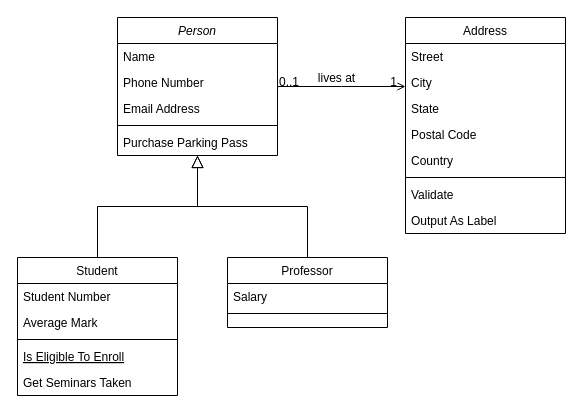
The draw.io diagram Untitled Diagram.drawio in jagadeesh0376/uml-diagram, before the edit. Source tidied: cells renumbered, new cells numbered last; positions are measured from the earlier drawing's top-left corner, leaving out a move shared by most shapes. Both pictures are drawn from the tidied source at 100%, with x=0, y=0 at pixel (17, 17).
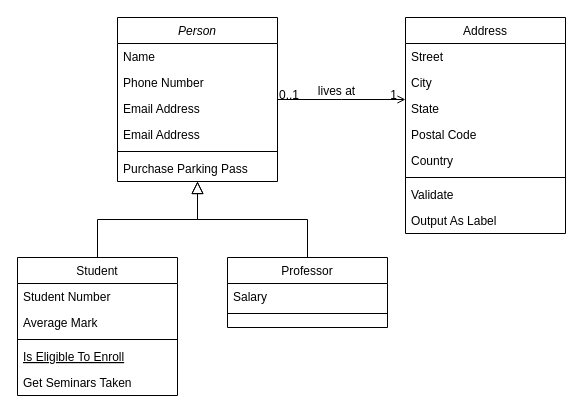
The same page after the edit.

What changed in the source:
```diff
@@
     <mxCell id="2" value="Person" style="swimlane;fontStyle=2;align=center;verticalAlign=top;horizontal=1;startSize=26;rounded=0;shadow=0;strokeWidth=1;" parent="1" vertex="1">
-      <mxGeometry x="100" width="160" height="138" as="geometry" />
+      <mxGeometry x="100" width="160" height="164" as="geometry" />
     </mxCell>
@@
+    <mxCell id="32" value="Email Address" style="text;align=left;verticalAlign=top;spacingLeft=4;spacingRight=4;overflow=hidden;rounded=0;shadow=0;html=0;" parent="2" vertex="1">
+      <mxGeometry y="104" width="160" height="26" as="geometry" />
+    </mxCell>
     <mxCell id="6" style="line;html=1;strokeWidth=1;align=left;verticalAlign=middle;spacingTop=-1;spacingLeft=3;spacingRight=3;labelPosition=right;" parent="2" vertex="1">
-      <mxGeometry y="104" width="160" height="8" as="geometry" />
+      <mxGeometry y="130" width="160" height="8" as="geometry" />
     </mxCell>
     <mxCell id="7" value="Purchase Parking Pass" style="text;align=left;verticalAlign=top;spacingLeft=4;spacingRight=4;overflow=hidden;" parent="2" vertex="1">
-      <mxGeometry y="112" width="160" height="26" as="geometry" />
+      <mxGeometry y="138" width="160" height="26" as="geometry" />
     </mxCell>
```
